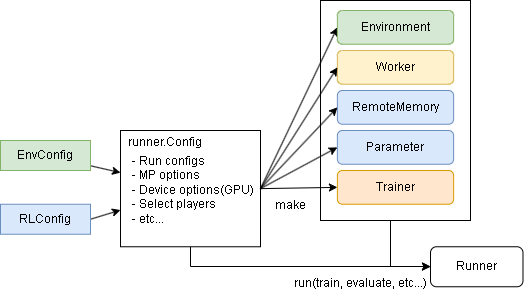
Before: diagrams/overview-runner.drawio.png, a diagram exported from draw.io (pocokhc/simple_distributed_rl). Source tidied: cells renumbered, new cells last; positions are measured from the earlier drawing's top-left corner, leaving out a move shared by most shapes.
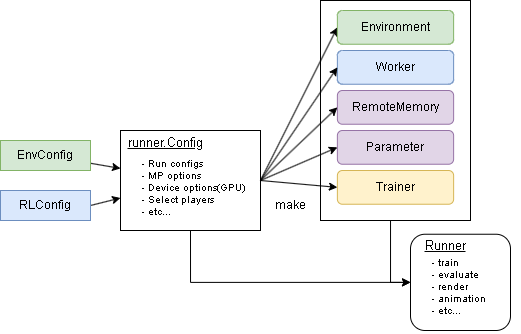
After the change.

What changed in the source:
```diff
@@ -5,8 +5,7 @@
     <mxCell id="2" style="edgeStyle=orthogonalEdgeStyle;rounded=0;jettySize=auto;html=1;entryX=0;entryY=0.5;entryDx=0;entryDy=0;" parent="1" edge="1" source="3" target="23">
       <mxGeometry relative="1" as="geometry">
         <Array as="points">
-          <mxPoint x="390" y="266" />
-          <mxPoint x="430" y="266" />
+          <mxPoint x="390" y="282" />
         </Array>
       </mxGeometry>
     </mxCell>
@@ -17,7 +16,7 @@
       <mxGeometry relative="1" as="geometry" />
     </mxCell>
     <mxCell id="5" style="rounded=0;whiteSpace=wrap;html=1;" parent="1" vertex="1">
-      <mxGeometry x="120" y="130" width="140" height="116.3" as="geometry" />
+      <mxGeometry x="120" y="130" width="140" height="100" as="geometry" />
     </mxCell>
     <mxCell id="6" style="rounded=0;jettySize=auto;html=1;" parent="1" edge="1" source="7" target="5">
       <mxGeometry relative="1" as="geometry" />
@@ -29,18 +28,18 @@
       <mxGeometry relative="1" as="geometry" />
     </mxCell>
     <mxCell id="9" value="RLConfig" style="rounded=0;whiteSpace=wrap;html=1;fillColor=#dae8fc;strokeColor=#6c8ebf;" parent="1" vertex="1">
-      <mxGeometry y="203.7" width="90" height="30" as="geometry" />
+      <mxGeometry y="190" width="90" height="30" as="geometry" />
     </mxCell>
-    <mxCell id="10" value="Worker" style="rounded=1;whiteSpace=wrap;html=1;fillColor=#fff2cc;strokeColor=#d6b656;" parent="1" vertex="1">
+    <mxCell id="10" value="Worker" style="rounded=1;whiteSpace=wrap;html=1;fillColor=#dae8fc;strokeColor=#6c8ebf;" parent="1" vertex="1">
       <mxGeometry x="336.9" y="50" width="116.2" height="33.7" as="geometry" />
     </mxCell>
-    <mxCell id="11" value="RemoteMemory" style="rounded=1;whiteSpace=wrap;html=1;fillColor=#dae8fc;strokeColor=#6c8ebf;" parent="1" vertex="1">
+    <mxCell id="11" value="RemoteMemory" style="rounded=1;whiteSpace=wrap;html=1;fillColor=#e1d5e7;strokeColor=#9673a6;" parent="1" vertex="1">
       <mxGeometry x="336.9" y="90" width="116.2" height="33.7" as="geometry" />
     </mxCell>
-    <mxCell id="12" value="Parameter" style="rounded=1;whiteSpace=wrap;html=1;fillColor=#dae8fc;strokeColor=#6c8ebf;" parent="1" vertex="1">
+    <mxCell id="12" value="Parameter" style="rounded=1;whiteSpace=wrap;html=1;fillColor=#e1d5e7;strokeColor=#9673a6;" parent="1" vertex="1">
       <mxGeometry x="336.9" y="130" width="116.2" height="33.7" as="geometry" />
     </mxCell>
-    <mxCell id="13" value="Trainer" style="rounded=1;whiteSpace=wrap;html=1;fillColor=#ffe6cc;strokeColor=#d79b00;" parent="1" vertex="1">
+    <mxCell id="13" value="Trainer" style="rounded=1;whiteSpace=wrap;html=1;fillColor=#fff2cc;strokeColor=#d6b656;" parent="1" vertex="1">
       <mxGeometry x="336.9" y="170" width="116.2" height="33.7" as="geometry" />
     </mxCell>
     <mxCell id="14" value="make" style="text;html=1;strokeColor=none;fillColor=none;align=center;verticalAlign=middle;whiteSpace=wrap;rounded=0;" parent="1" vertex="1">
@@ -61,25 +60,27 @@
     <mxCell id="19" style="rounded=0;jettySize=auto;html=1;exitX=1;exitY=0.5;exitDx=0;exitDy=0;entryX=0;entryY=0.5;entryDx=0;entryDy=0;" parent="1" edge="1" source="5" target="13">
       <mxGeometry relative="1" as="geometry" />
     </mxCell>
-    <mxCell id="20" value="runner.Config" style="text;html=1;strokeColor=none;fillColor=none;align=center;verticalAlign=middle;whiteSpace=wrap;rounded=0;" parent="1" vertex="1">
+    <mxCell id="20" value="runner.Config" style="text;html=1;strokeColor=none;fillColor=none;align=center;verticalAlign=middle;whiteSpace=wrap;rounded=0;fontSize=13;fontStyle=4;" parent="1" vertex="1">
       <mxGeometry x="120" y="127.5" width="90" height="30" as="geometry" />
     </mxCell>
     <mxCell id="21" style="edgeStyle=orthogonalEdgeStyle;rounded=0;jettySize=auto;html=1;exitX=0.5;exitY=1;exitDx=0;exitDy=0;entryX=0;entryY=0.5;entryDx=0;entryDy=0;" parent="1" edge="1" source="5" target="23">
       <mxGeometry relative="1" as="geometry">
         <Array as="points">
-          <mxPoint x="190" y="266" />
-          <mxPoint x="420" y="266" />
+          <mxPoint x="190" y="282" />
         </Array>
       </mxGeometry>
     </mxCell>
-    <mxCell id="22" value="- Run configs&lt;br&gt;- MP options&lt;br&gt;- Device options(GPU)&lt;br&gt;- Select players&lt;br&gt;- etc..." style="text;html=1;strokeColor=none;fillColor=none;align=left;verticalAlign=top;whiteSpace=wrap;rounded=0;" parent="1" vertex="1">
-      <mxGeometry x="130" y="147.5" width="130" height="82.5" as="geometry" />
+    <mxCell id="22" value="- Run configs&lt;br style=&quot;font-size: 10px;&quot;&gt;- MP options&lt;br style=&quot;font-size: 10px;&quot;&gt;- Device options(GPU)&lt;br style=&quot;font-size: 10px;&quot;&gt;- Select players&lt;br style=&quot;font-size: 10px;&quot;&gt;- etc..." style="text;html=1;strokeColor=none;fillColor=none;align=left;verticalAlign=top;whiteSpace=wrap;rounded=0;fontSize=10;" parent="1" vertex="1">
+      <mxGeometry x="140" y="151.2" width="130" height="82.5" as="geometry" />
     </mxCell>
-    <mxCell id="23" value="Runner" style="rounded=1;whiteSpace=wrap;html=1;" parent="1" vertex="1">
-      <mxGeometry x="430" y="246.3" width="92.5" height="40" as="geometry" />
+    <mxCell id="23" style="rounded=1;whiteSpace=wrap;html=1;" parent="1" vertex="1">
+      <mxGeometry x="410" y="233.7" width="100" height="96.3" as="geometry" />
     </mxCell>
-    <mxCell id="24" value="run(train,&amp;nbsp;evaluate, etc...)" style="text;html=1;strokeColor=none;fillColor=none;align=center;verticalAlign=middle;whiteSpace=wrap;rounded=0;" parent="1" vertex="1">
-      <mxGeometry x="290" y="260" width="140" height="46.3" as="geometry" />
-    </mxCell>
+    <mxCell id="25" value="Runner" style="text;html=1;strokeColor=none;fillColor=none;align=center;verticalAlign=middle;whiteSpace=wrap;rounded=0;fontSize=13;fontStyle=4;" parent="1" vertex="1">
+      <mxGeometry x="400" y="230" width="90" height="30" as="geometry" />
+    </mxCell>
+    <mxCell id="26" value="- train&lt;br&gt;- evaluate&lt;br style=&quot;font-size: 10px;&quot;&gt;- render&lt;br&gt;- animation&lt;br&gt;- etc..." style="text;html=1;strokeColor=none;fillColor=none;align=left;verticalAlign=top;whiteSpace=wrap;rounded=0;fontSize=10;" parent="1" vertex="1">
+      <mxGeometry x="430" y="250" width="90" height="82.5" as="geometry" />
+    </mxCell>
   </root>
 </mxGraphModel>
```
